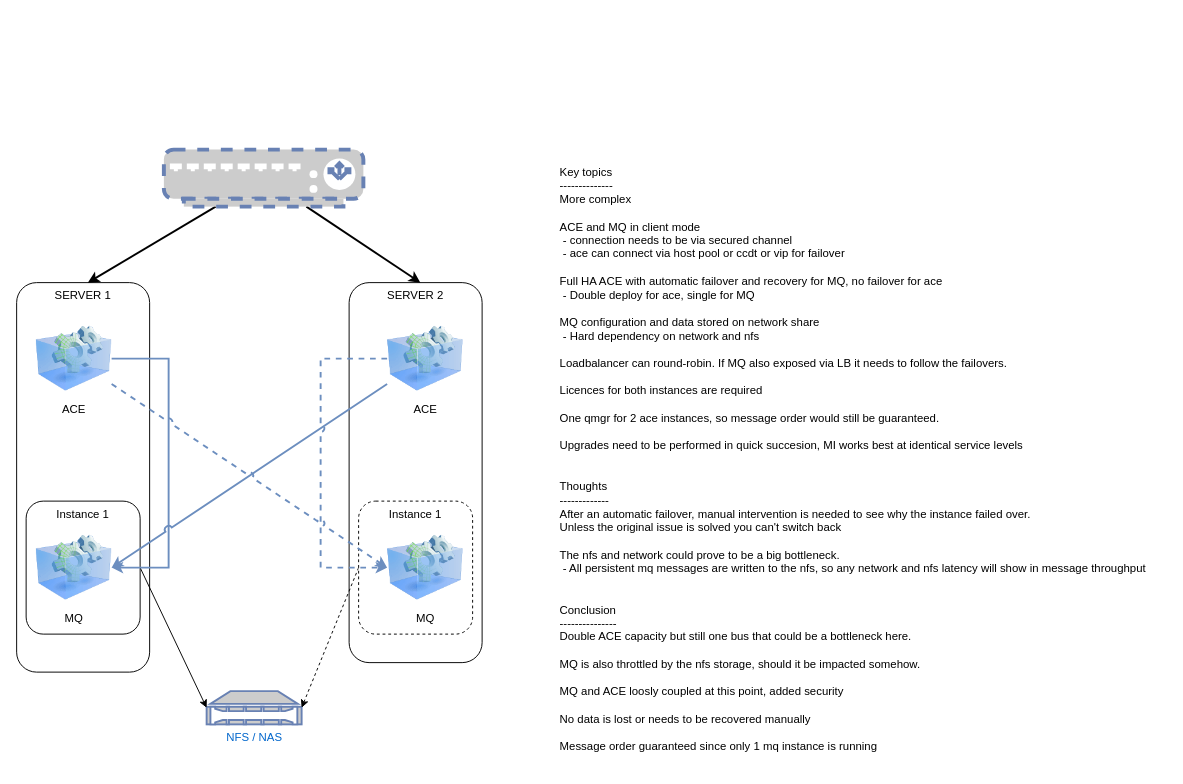
Before: page "DA ACE & MI MQ" (3 of 10) of Designs/ACE/HighAvailabilityScenarios.drawio in matthiasblomme/MixedTools, a draw.io diagram. Source tidied: cells renumbered, new cells numbered last; positions are measured from the earlier drawing's top-left corner, leaving out a move shared by most shapes. Both pictures are drawn from the tidied source at 95%, with x=0, y=0 at pixel (16, 149).
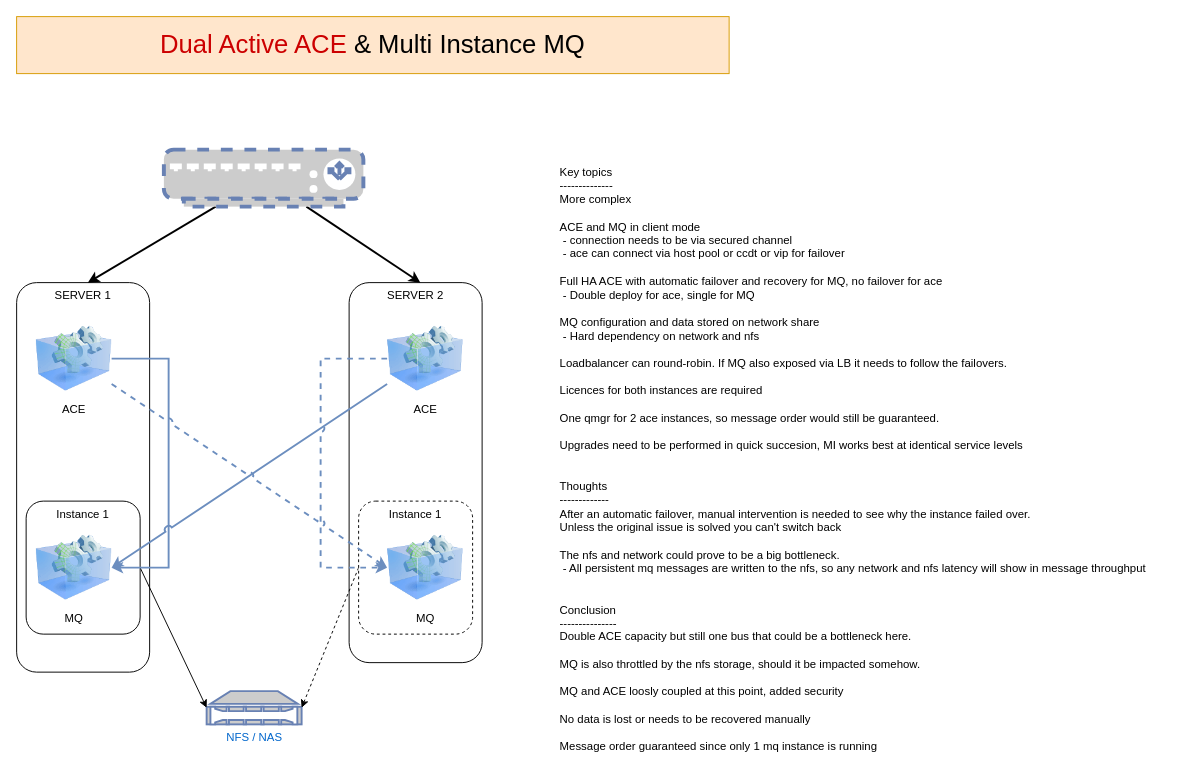
Above is the later version.

Diff of the diagram source:
```diff
@@
+    <mxCell id="21" value="&lt;font color=&quot;#cc0000&quot;&gt;Dual Active ACE&lt;/font&gt; &amp;amp; Multi Instance MQ" style="text;html=1;strokeColor=#d79b00;fillColor=#ffe6cc;align=center;verticalAlign=middle;whiteSpace=wrap;rounded=0;fontSize=27;" parent="1" vertex="1">
+      <mxGeometry y="-140" width="750" height="60" as="geometry" />
+    </mxCell>
```
